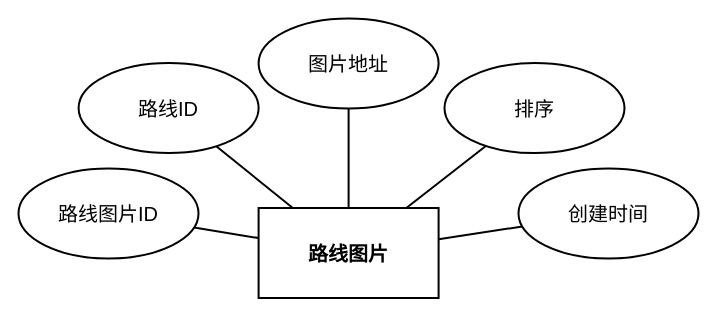
Earlier version of the draw.io diagram DOCS/architecture-diagrams/sources/实体图/trail_images/trail_images_entity.drawio (612cs/TrailQuest). Source tidied: cells renumbered, new cells numbered last; positions are measured from the earlier drawing's top-left corner, leaving out a move shared by most shapes. Both pictures are drawn from the tidied source at 100%, with x=0, y=0 at pixel (18, 18).
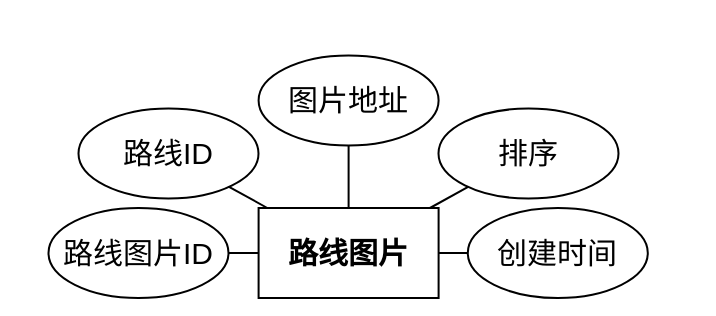
After the change.

What changed in the source:
```diff
@@
 <mxGraphModel>
   <root>
     <mxCell id="0" />
     <mxCell id="1" parent="0" />
-    <mxCell id="2" value="路线图片" style="rounded=0;whiteSpace=wrap;html=1;fillColor=none;strokeColor=#000000;fontColor=#000000;fontFamily=Arial;fontSize=20;fontStyle=1;align=center;verticalAlign=middle;strokeWidth=2;gradientColor=none;shadow=0;glass=0;" parent="1" vertex="1">
+    <mxCell id="2" value="路线图片" style="rounded=0;whiteSpace=wrap;html=1;fillColor=none;strokeColor=#000000;fontColor=#000000;fontFamily=Arial;fontSize=30;fontStyle=1;align=center;verticalAlign=middle;strokeWidth=2;gradientColor=none;shadow=0;glass=0;" parent="1" vertex="1">
       <mxGeometry x="240.1" y="189.5" width="180" height="90" as="geometry" />
     </mxCell>
-    <mxCell id="3" value="路线图片ID" style="ellipse;whiteSpace=wrap;html=1;fillColor=none;strokeColor=#000000;fontColor=#000000;fontFamily=Arial;fontSize=20;align=center;verticalAlign=middle;strokeWidth=2;gradientColor=none;shadow=0;glass=0;" parent="1" vertex="1">
-      <mxGeometry y="150" width="180" height="90" as="geometry" />
+    <mxCell id="3" value="路线图片ID" style="ellipse;whiteSpace=wrap;html=1;fillColor=none;strokeColor=#000000;fontColor=#000000;fontFamily=Arial;fontSize=30;align=center;verticalAlign=middle;strokeWidth=2;gradientColor=none;shadow=0;glass=0;" parent="1" vertex="1">
+      <mxGeometry x="30" y="189.5" width="180" height="90" as="geometry" />
     </mxCell>
-    <mxCell id="4" value="路线ID" style="ellipse;whiteSpace=wrap;html=1;fillColor=none;strokeColor=#000000;fontColor=#000000;fontFamily=Arial;fontSize=20;align=center;verticalAlign=middle;strokeWidth=2;gradientColor=none;shadow=0;glass=0;" parent="1" vertex="1">
-      <mxGeometry x="60.1" y="44.6" width="180" height="90" as="geometry" />
+    <mxCell id="4" value="路线ID" style="ellipse;whiteSpace=wrap;html=1;fillColor=none;strokeColor=#000000;fontColor=#000000;fontFamily=Arial;fontSize=30;align=center;verticalAlign=middle;strokeWidth=2;gradientColor=none;shadow=0;glass=0;" parent="1" vertex="1">
+      <mxGeometry x="60" y="90" width="180" height="90" as="geometry" />
     </mxCell>
-    <mxCell id="5" value="图片地址" style="ellipse;whiteSpace=wrap;html=1;fillColor=none;strokeColor=#000000;fontColor=#000000;fontFamily=Arial;fontSize=20;align=center;verticalAlign=middle;strokeWidth=2;gradientColor=none;shadow=0;glass=0;" parent="1" vertex="1">
-      <mxGeometry x="240.1" width="180" height="90" as="geometry" />
+    <mxCell id="5" value="图片地址" style="ellipse;whiteSpace=wrap;html=1;fillColor=none;strokeColor=#000000;fontColor=#000000;fontFamily=Arial;fontSize=30;align=center;verticalAlign=middle;strokeWidth=2;gradientColor=none;shadow=0;glass=0;" parent="1" vertex="1">
+      <mxGeometry x="240.1" y="37" width="180" height="90" as="geometry" />
     </mxCell>
-    <mxCell id="6" value="排序" style="ellipse;whiteSpace=wrap;html=1;fillColor=none;strokeColor=#000000;fontColor=#000000;fontFamily=Arial;fontSize=20;align=center;verticalAlign=middle;strokeWidth=2;gradientColor=none;shadow=0;glass=0;" parent="1" vertex="1">
-      <mxGeometry x="426" y="44.6" width="180" height="90" as="geometry" />
+    <mxCell id="6" value="排序" style="ellipse;whiteSpace=wrap;html=1;fillColor=none;strokeColor=#000000;fontColor=#000000;fontFamily=Arial;fontSize=30;align=center;verticalAlign=middle;strokeWidth=2;gradientColor=none;shadow=0;glass=0;" parent="1" vertex="1">
+      <mxGeometry x="420" y="90" width="180" height="90" as="geometry" />
     </mxCell>
-    <mxCell id="7" value="创建时间" style="ellipse;whiteSpace=wrap;html=1;fillColor=none;strokeColor=#000000;fontColor=#000000;fontFamily=Arial;fontSize=20;align=center;verticalAlign=middle;strokeWidth=2;gradientColor=none;shadow=0;glass=0;" parent="1" vertex="1">
-      <mxGeometry x="500" y="150" width="180" height="90" as="geometry" />
+    <mxCell id="7" value="创建时间" style="ellipse;whiteSpace=wrap;html=1;fillColor=none;strokeColor=#000000;fontColor=#000000;fontFamily=Arial;fontSize=30;align=center;verticalAlign=middle;strokeWidth=2;gradientColor=none;shadow=0;glass=0;" parent="1" vertex="1">
+      <mxGeometry x="449.3" y="189.5" width="180" height="90" as="geometry" />
     </mxCell>
-    <mxCell id="8" style="endArrow=none;html=1;rounded=0;strokeColor=#000000;strokeWidth=2;" parent="1" edge="1" source="2" target="3">
+    <mxCell id="8" style="endArrow=none;html=1;rounded=0;strokeColor=#000000;strokeWidth=2;fontSize=30;" parent="1" edge="1" source="2" target="3">
       <mxGeometry relative="1" as="geometry" />
     </mxCell>
-    <mxCell id="9" style="endArrow=none;html=1;rounded=0;strokeColor=#000000;strokeWidth=2;" parent="1" edge="1" source="2" target="4">
+    <mxCell id="9" style="endArrow=none;html=1;rounded=0;strokeColor=#000000;strokeWidth=2;fontSize=30;" parent="1" edge="1" source="2" target="4">
       <mxGeometry relative="1" as="geometry" />
     </mxCell>
-    <mxCell id="10" style="endArrow=none;html=1;rounded=0;strokeColor=#000000;strokeWidth=2;" parent="1" edge="1" source="2" target="5">
+    <mxCell id="10" style="endArrow=none;html=1;rounded=0;strokeColor=#000000;strokeWidth=2;fontSize=30;" parent="1" edge="1" source="2" target="5">
       <mxGeometry relative="1" as="geometry" />
     </mxCell>
-    <mxCell id="11" style="endArrow=none;html=1;rounded=0;strokeColor=#000000;strokeWidth=2;" parent="1" edge="1" source="2" target="6">
+    <mxCell id="11" style="endArrow=none;html=1;rounded=0;strokeColor=#000000;strokeWidth=2;fontSize=30;" parent="1" edge="1" source="2" target="6">
       <mxGeometry relative="1" as="geometry" />
     </mxCell>
-    <mxCell id="12" style="endArrow=none;html=1;rounded=0;strokeColor=#000000;strokeWidth=2;" parent="1" edge="1" source="2" target="7">
+    <mxCell id="12" style="endArrow=none;html=1;rounded=0;strokeColor=#000000;strokeWidth=2;fontSize=30;" parent="1" edge="1" source="2" target="7">
       <mxGeometry relative="1" as="geometry" />
     </mxCell>
   </root>
 </mxGraphModel>
```
